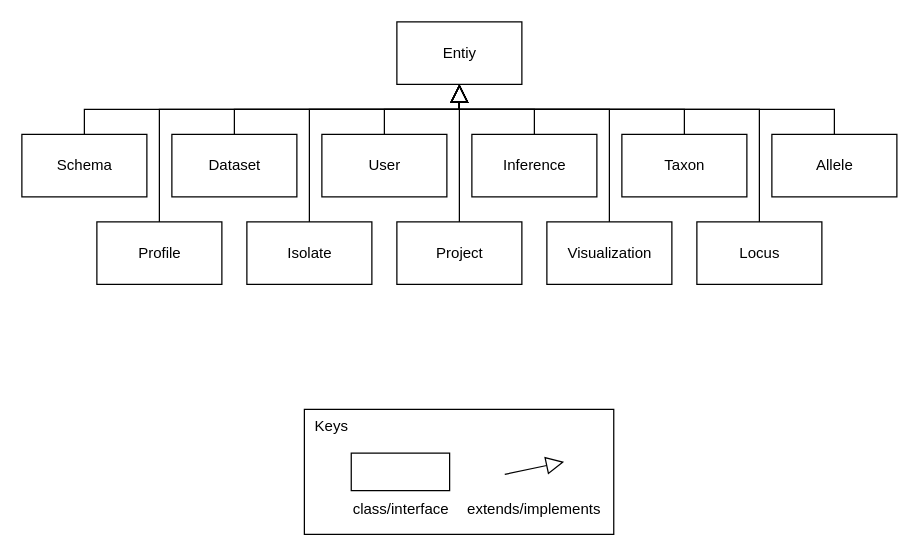
This is wiki/draw.io/phylodb/generalization-models.drawio from phyloviz/phyloDB, a draw.io file, before an edit. Source tidied: cells renumbered, new cells numbered last; positions are measured from the earlier drawing's top-left corner, leaving out a move shared by most shapes. Both pictures are drawn from the tidied source at 125%, with x=0, y=0 at pixel (21, 21).
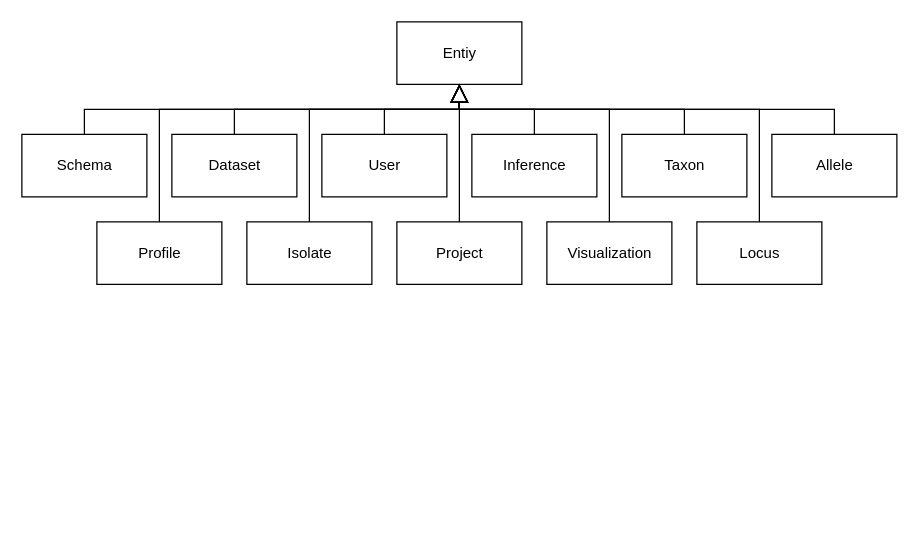
Above is the later version.

The edit, as a diff of the source:
```diff
@@
-    <mxCell id="25" style="group;" parent="1" vertex="1">
-      <mxGeometry x="226" y="310" width="247.5" height="100" as="geometry" />
-    </mxCell>
-    <mxCell id="26" value="&amp;nbsp; Keys" style="rounded=0;whiteSpace=wrap;html=1;align=left;verticalAlign=top;" parent="25" vertex="1">
-      <mxGeometry width="247.5" height="100" as="geometry" />
-    </mxCell>
-    <mxCell id="27" style="endArrow=block;html=1;exitX=1;exitY=0.5;exitDx=0;exitDy=0;startArrow=none;startFill=0;endFill=0;endSize=12;" parent="25" edge="1">
-      <mxGeometry relative="1" as="geometry">
-        <mxPoint x="160.3" y="52" as="sourcePoint" />
-        <mxPoint x="207.7" y="42" as="targetPoint" />
-      </mxGeometry>
-    </mxCell>
-    <mxCell id="28" value="extends/implements" style="text;html=1;strokeColor=none;fillColor=none;align=center;verticalAlign=middle;whiteSpace=wrap;rounded=0;" parent="25" vertex="1">
-      <mxGeometry x="139" y="70" width="89.5" height="20" as="geometry" />
-    </mxCell>
-    <mxCell id="29" value="class/interface" style="text;html=1;strokeColor=none;fillColor=none;align=center;verticalAlign=middle;whiteSpace=wrap;rounded=0;" parent="25" vertex="1">
-      <mxGeometry x="45.5" y="70" width="62.7" height="20" as="geometry" />
-    </mxCell>
-    <mxCell id="30" style="rounded=0;whiteSpace=wrap;html=1;" parent="25" vertex="1">
-      <mxGeometry x="37.5" y="35" width="78.7" height="30" as="geometry" />
-    </mxCell>
```
